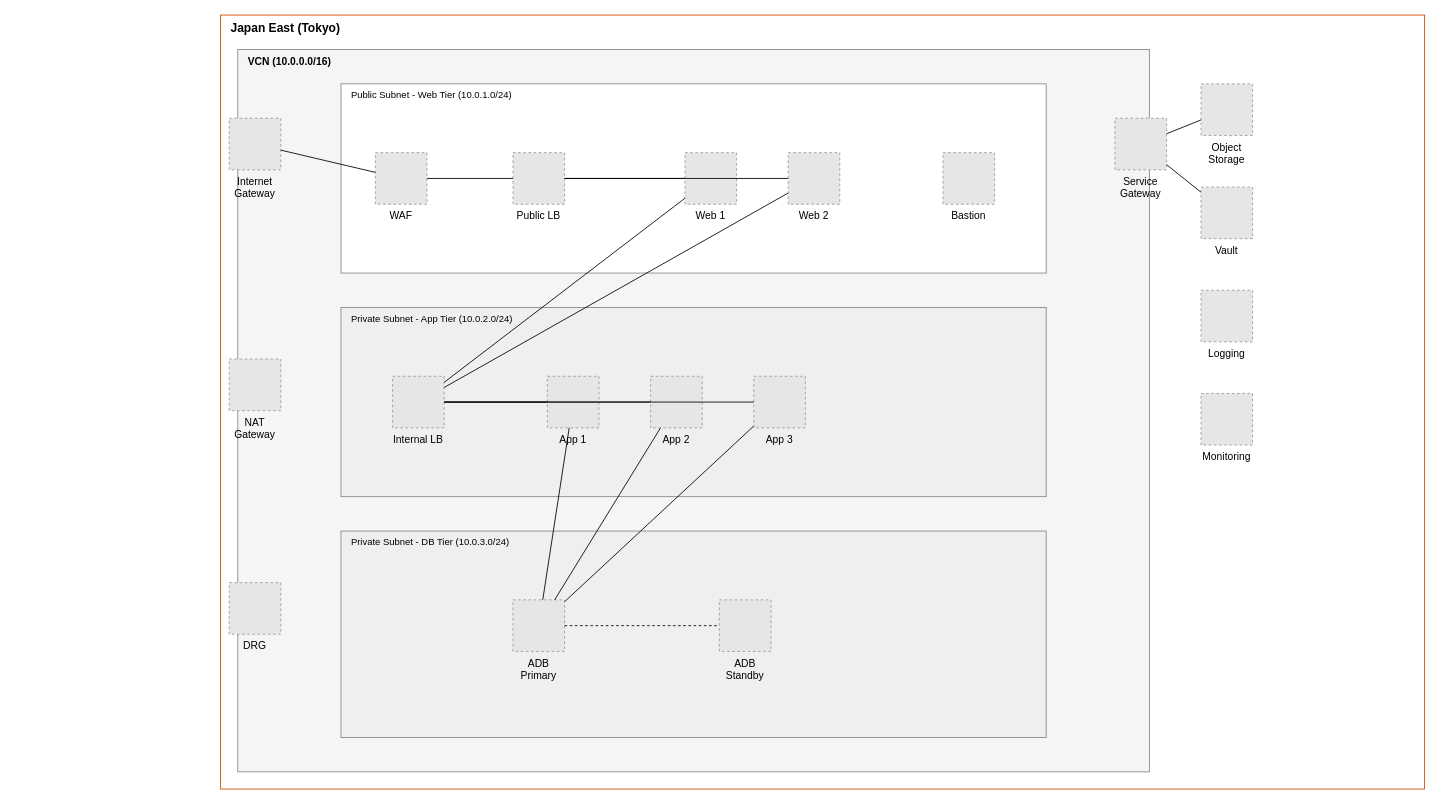
araidon/oci-skills keeps this draw.io diagram as skills/oci-drawio/examples/ha-architecture.drawio. Above is the earlier version. Source tidied: cells renumbered, new cells numbered last; positions are measured from the earlier drawing's top-left corner, leaving out a move shared by most shapes. Both pictures are drawn from the tidied source at 86%, with x=0, y=0 at pixel (220, 15). Pictures stored in the file or linked from it are replaced by grey dashed boxes.
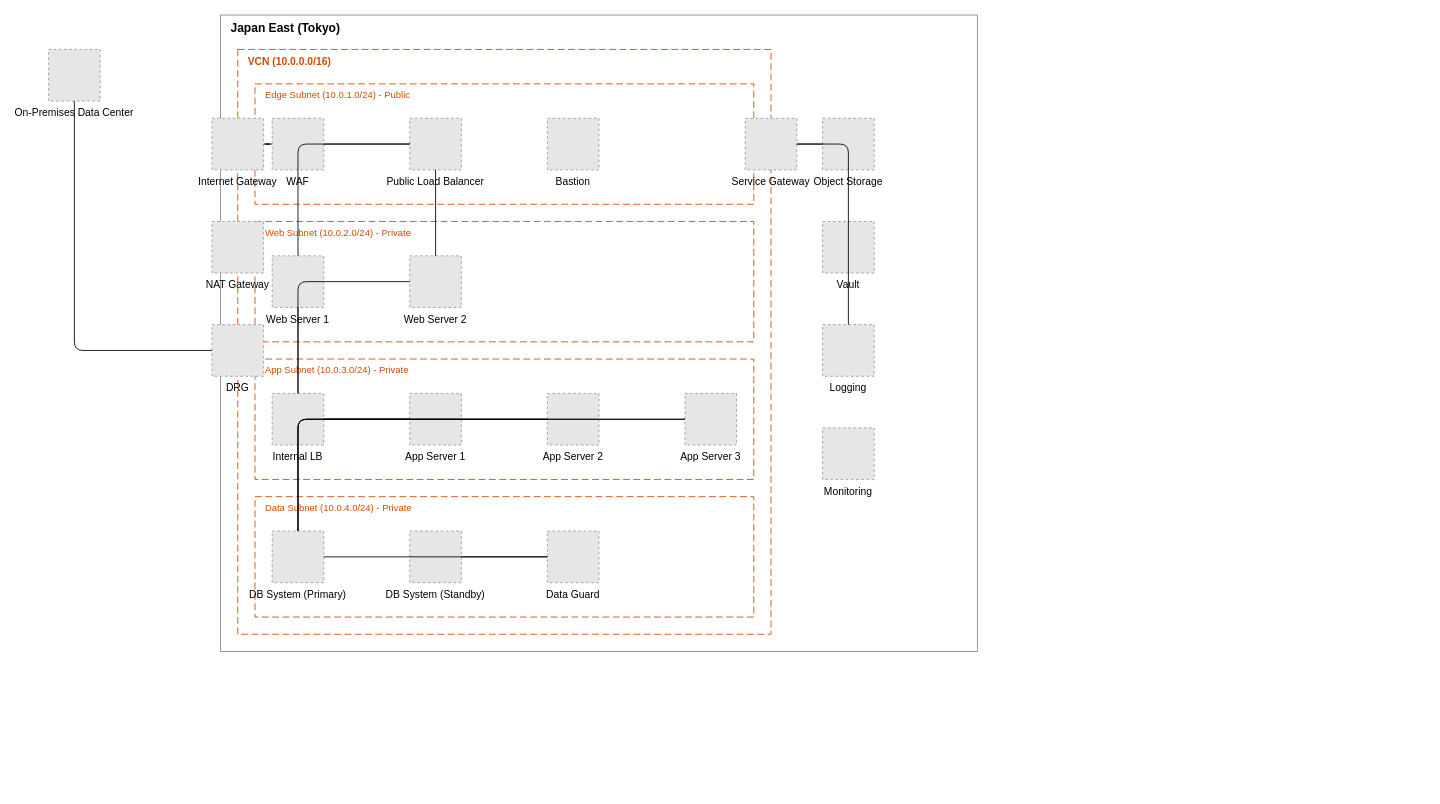
Above is the later version.

Change to the diagram source:
```diff
@@
-    <mxCell id="2" value="Japan East (Tokyo)" style="rounded=1;whiteSpace=wrap;html=1;arcSize=0;strokeColor=#D04A02;fillColor=#FFFFFF;dashed=0;verticalAlign=top;align=left;spacingLeft=10;fontStyle=1;fontSize=14;" parent="1" vertex="1">
-      <mxGeometry width="1400" height="900" as="geometry" />
+    <mxCell id="2" value="Japan East (Tokyo)" style="rounded=1;whiteSpace=wrap;html=1;arcSize=0;strokeColor=#878787;fillColor=#FFFFFF;dashed=0;verticalAlign=top;align=left;spacingLeft=10;fontStyle=1;fontSize=14;fontColor=#000000;" parent="1" vertex="1">
+      <mxGeometry width="880" height="740" as="geometry" />
     </mxCell>
-    <mxCell id="3" value="VCN (10.0.0.0/16)" style="rounded=1;whiteSpace=wrap;html=1;arcSize=0;strokeColor=#878787;fillColor=#F5F5F5;dashed=0;verticalAlign=top;align=left;spacingLeft=10;fontStyle=1;fontSize=12;" parent="2" vertex="1">
-      <mxGeometry x="20" y="40" width="1060" height="840" as="geometry" />
+    <mxCell id="3" value="VCN (10.0.0.0/16)" style="rounded=1;whiteSpace=wrap;html=1;arcSize=0;strokeColor=#D04A02;fillColor=none;dashed=1;dashPattern=8 4;verticalAlign=top;align=left;spacingLeft=10;fontStyle=1;fontSize=12;fontColor=#D04A02;" parent="2" vertex="1">
+      <mxGeometry x="20" y="40" width="620" height="680" as="geometry" />
     </mxCell>
-    <mxCell id="4" value="Public Subnet - Web Tier (10.0.1.0/24)" style="rounded=1;whiteSpace=wrap;html=1;arcSize=0;strokeColor=#878787;fillColor=#FFFFFF;dashed=0;verticalAlign=top;align=left;spacingLeft=10;fontSize=11;" parent="3" vertex="1">
-      <mxGeometry x="120" y="40" width="820" height="220" as="geometry" />
-    </mxCell>
-    <mxCell id="5" value="Private Subnet - App Tier (10.0.2.0/24)" style="rounded=1;whiteSpace=wrap;html=1;arcSize=0;strokeColor=#878787;fillColor=#EFEFEF;dashed=0;verticalAlign=top;align=left;spacingLeft=10;fontSize=11;" parent="3" vertex="1">
-      <mxGeometry x="120" y="300" width="820" height="220" as="geometry" />
-    </mxCell>
-    <mxCell id="6" value="Private Subnet - DB Tier (10.0.3.0/24)" style="rounded=1;whiteSpace=wrap;html=1;arcSize=0;strokeColor=#878787;fillColor=#EFEFEF;dashed=0;verticalAlign=top;align=left;spacingLeft=10;fontSize=11;" parent="3" vertex="1">
-      <mxGeometry x="120" y="560" width="820" height="240" as="geometry" />
-    </mxCell>
+    <mxCell id="41" value="Edge Subnet (10.0.1.0/24) - Public" style="rounded=1;whiteSpace=wrap;html=1;arcSize=0;strokeColor=#D04A02;fillColor=none;dashed=1;dashPattern=8 4;verticalAlign=top;align=left;spacingLeft=10;fontSize=11;fontColor=#D04A02;" parent="3" vertex="1">
+      <mxGeometry x="20" y="40" width="580" height="140" as="geometry" />
+    </mxCell>
+    <mxCell id="11" value="WAF" style="fillColor=#E6E6E6;strokeColor=#999999;dashed=1;verticalLabelPosition=bottom;labelBackgroundColor=none;labelPosition=center;verticalAlign=top;" parent="41" vertex="1">
+      <mxGeometry x="20" y="40" width="60" height="60" as="geometry" />
+    </mxCell>
+    <mxCell id="42" value="Public Load Balancer" style="fillColor=#E6E6E6;strokeColor=#999999;dashed=1;verticalLabelPosition=bottom;labelBackgroundColor=none;labelPosition=center;verticalAlign=top;" parent="41" vertex="1">
+      <mxGeometry x="180" y="40" width="60" height="60" as="geometry" />
+    </mxCell>
+    <mxCell id="15" value="Bastion" style="fillColor=#E6E6E6;strokeColor=#999999;dashed=1;verticalLabelPosition=bottom;labelBackgroundColor=none;labelPosition=center;verticalAlign=top;" parent="41" vertex="1">
+      <mxGeometry x="340" y="40" width="60" height="60" as="geometry" />
+    </mxCell>
+    <mxCell id="43" value="Web Subnet (10.0.2.0/24) - Private" style="rounded=1;whiteSpace=wrap;html=1;arcSize=0;strokeColor=#D04A02;fillColor=none;dashed=1;dashPattern=8 4;verticalAlign=top;align=left;spacingLeft=10;fontSize=11;fontColor=#D04A02;" parent="3" vertex="1">
+      <mxGeometry x="20" y="200" width="580" height="140" as="geometry" />
+    </mxCell>
+    <mxCell id="13" value="Web Server 1" style="fillColor=#E6E6E6;strokeColor=#999999;dashed=1;verticalLabelPosition=bottom;labelBackgroundColor=none;labelPosition=center;verticalAlign=top;" parent="43" vertex="1">
+      <mxGeometry x="20" y="40" width="60" height="60" as="geometry" />
+    </mxCell>
+    <mxCell id="14" value="Web Server 2" style="fillColor=#E6E6E6;strokeColor=#999999;dashed=1;verticalLabelPosition=bottom;labelBackgroundColor=none;labelPosition=center;verticalAlign=top;" parent="43" vertex="1">
+      <mxGeometry x="180" y="40" width="60" height="60" as="geometry" />
+    </mxCell>
+    <mxCell id="44" value="App Subnet (10.0.3.0/24) - Private" style="rounded=1;whiteSpace=wrap;html=1;arcSize=0;strokeColor=#D04A02;fillColor=none;dashed=1;dashPattern=8 4;verticalAlign=top;align=left;spacingLeft=10;fontSize=11;fontColor=#D04A02;" parent="3" vertex="1">
+      <mxGeometry x="20" y="360" width="580" height="140" as="geometry" />
+    </mxCell>
+    <mxCell id="16" value="Internal LB" style="fillColor=#E6E6E6;strokeColor=#999999;dashed=1;verticalLabelPosition=bottom;labelBackgroundColor=none;labelPosition=center;verticalAlign=top;" parent="44" vertex="1">
+      <mxGeometry x="20" y="40" width="60" height="60" as="geometry" />
+    </mxCell>
+    <mxCell id="17" value="App Server 1" style="fillColor=#E6E6E6;strokeColor=#999999;dashed=1;verticalLabelPosition=bottom;labelBackgroundColor=none;labelPosition=center;verticalAlign=top;" parent="44" vertex="1">
+      <mxGeometry x="180" y="40" width="60" height="60" as="geometry" />
+    </mxCell>
+    <mxCell id="18" value="App Server 2" style="fillColor=#E6E6E6;strokeColor=#999999;dashed=1;verticalLabelPosition=bottom;labelBackgroundColor=none;labelPosition=center;verticalAlign=top;" parent="44" vertex="1">
+      <mxGeometry x="340" y="40" width="60" height="60" as="geometry" />
+    </mxCell>
+    <mxCell id="19" value="App Server 3" style="fillColor=#E6E6E6;strokeColor=#999999;dashed=1;verticalLabelPosition=bottom;labelBackgroundColor=none;labelPosition=center;verticalAlign=top;" parent="44" vertex="1">
+      <mxGeometry x="500" y="40" width="60" height="60" as="geometry" />
+    </mxCell>
+    <mxCell id="45" value="Data Subnet (10.0.4.0/24) - Private" style="rounded=1;whiteSpace=wrap;html=1;arcSize=0;strokeColor=#D04A02;fillColor=none;dashed=1;dashPattern=8 4;verticalAlign=top;align=left;spacingLeft=10;fontSize=11;fontColor=#D04A02;" parent="3" vertex="1">
+      <mxGeometry x="20" y="520" width="580" height="140" as="geometry" />
+    </mxCell>
+    <mxCell id="46" value="DB System (Primary)" style="fillColor=#E6E6E6;strokeColor=#999999;dashed=1;verticalLabelPosition=bottom;labelBackgroundColor=none;labelPosition=center;verticalAlign=top;" parent="45" vertex="1">
+      <mxGeometry x="20" y="40" width="60" height="60" as="geometry" />
+    </mxCell>
+    <mxCell id="47" value="DB System (Standby)" style="fillColor=#E6E6E6;strokeColor=#999999;dashed=1;verticalLabelPosition=bottom;labelBackgroundColor=none;labelPosition=center;verticalAlign=top;" parent="45" vertex="1">
+      <mxGeometry x="180" y="40" width="60" height="60" as="geometry" />
+    </mxCell>
+    <mxCell id="48" value="Data Guard" style="fillColor=#E6E6E6;strokeColor=#999999;dashed=1;verticalLabelPosition=bottom;labelBackgroundColor=none;labelPosition=center;verticalAlign=top;" parent="45" vertex="1">
+      <mxGeometry x="340" y="40" width="60" height="60" as="geometry" />
+    </mxCell>
-    <mxCell id="7" value="Internet&#10;Gateway" style="fillColor=#E6E6E6;strokeColor=#999999;dashed=1;verticalLabelPosition=bottom;labelBackgroundColor=none;labelPosition=center;verticalAlign=top;" parent="3" vertex="1">
-      <mxGeometry x="-10" y="80" width="60" height="60" as="geometry" />
+    <mxCell id="7" value="Internet Gateway" style="fillColor=#E6E6E6;strokeColor=#999999;dashed=1;verticalLabelPosition=bottom;labelBackgroundColor=none;labelPosition=center;verticalAlign=top;" parent="3" vertex="1">
+      <mxGeometry x="-30" y="80" width="60" height="60" as="geometry" />
     </mxCell>
-    <mxCell id="8" value="NAT&#10;Gateway" style="fillColor=#E6E6E6;strokeColor=#999999;dashed=1;verticalLabelPosition=bottom;labelBackgroundColor=none;labelPosition=center;verticalAlign=top;" parent="3" vertex="1">
-      <mxGeometry x="-10" y="360" width="60" height="60" as="geometry" />
+    <mxCell id="8" value="NAT Gateway" style="fillColor=#E6E6E6;strokeColor=#999999;dashed=1;verticalLabelPosition=bottom;labelBackgroundColor=none;labelPosition=center;verticalAlign=top;" parent="3" vertex="1">
+      <mxGeometry x="-30" y="200" width="60" height="60" as="geometry" />
     </mxCell>
     <mxCell id="9" value="DRG" style="fillColor=#E6E6E6;strokeColor=#999999;dashed=1;verticalLabelPosition=bottom;labelBackgroundColor=none;labelPosition=center;verticalAlign=top;" parent="3" vertex="1">
-      <mxGeometry x="-10" y="620" width="60" height="60" as="geometry" />
+      <mxGeometry x="-30" y="320" width="60" height="60" as="geometry" />
     </mxCell>
-    <mxCell id="10" value="Service&#10;Gateway" style="fillColor=#E6E6E6;strokeColor=#999999;dashed=1;verticalLabelPosition=bottom;labelBackgroundColor=none;labelPosition=center;verticalAlign=top;" parent="3" vertex="1">
-      <mxGeometry x="1020" y="80" width="60" height="60" as="geometry" />
+    <mxCell id="10" value="Service Gateway" style="fillColor=#E6E6E6;strokeColor=#999999;dashed=1;verticalLabelPosition=bottom;labelBackgroundColor=none;labelPosition=center;verticalAlign=top;" parent="3" vertex="1">
+      <mxGeometry x="590" y="80" width="60" height="60" as="geometry" />
     </mxCell>
-    <mxCell id="11" value="WAF" style="fillColor=#E6E6E6;strokeColor=#999999;dashed=1;verticalLabelPosition=bottom;labelBackgroundColor=none;labelPosition=center;verticalAlign=top;" parent="4" vertex="1">
-      <mxGeometry x="40" y="80" width="60" height="60" as="geometry" />
-    </mxCell>
-    <mxCell id="12" value="Public LB" style="fillColor=#E6E6E6;strokeColor=#999999;dashed=1;verticalLabelPosition=bottom;labelBackgroundColor=none;labelPosition=center;verticalAlign=top;" parent="4" vertex="1">
-      <mxGeometry x="200" y="80" width="60" height="60" as="geometry" />
-    </mxCell>
-    <mxCell id="13" value="Web 1" style="fillColor=#E6E6E6;strokeColor=#999999;dashed=1;verticalLabelPosition=bottom;labelBackgroundColor=none;labelPosition=center;verticalAlign=top;" parent="4" vertex="1">
-      <mxGeometry x="400" y="80" width="60" height="60" as="geometry" />
-    </mxCell>
-    <mxCell id="14" value="Web 2" style="fillColor=#E6E6E6;strokeColor=#999999;dashed=1;verticalLabelPosition=bottom;labelBackgroundColor=none;labelPosition=center;verticalAlign=top;" parent="4" vertex="1">
-      <mxGeometry x="520" y="80" width="60" height="60" as="geometry" />
-    </mxCell>
-    <mxCell id="15" value="Bastion" style="fillColor=#E6E6E6;strokeColor=#999999;dashed=1;verticalLabelPosition=bottom;labelBackgroundColor=none;labelPosition=center;verticalAlign=top;" parent="4" vertex="1">
-      <mxGeometry x="700" y="80" width="60" height="60" as="geometry" />
-    </mxCell>
-    <mxCell id="16" value="Internal LB" style="fillColor=#E6E6E6;strokeColor=#999999;dashed=1;verticalLabelPosition=bottom;labelBackgroundColor=none;labelPosition=center;verticalAlign=top;" parent="5" vertex="1">
-      <mxGeometry x="60" y="80" width="60" height="60" as="geometry" />
-    </mxCell>
-    <mxCell id="17" value="App 1" style="fillColor=#E6E6E6;strokeColor=#999999;dashed=1;verticalLabelPosition=bottom;labelBackgroundColor=none;labelPosition=center;verticalAlign=top;" parent="5" vertex="1">
-      <mxGeometry x="240" y="80" width="60" height="60" as="geometry" />
-    </mxCell>
-    <mxCell id="18" value="App 2" style="fillColor=#E6E6E6;strokeColor=#999999;dashed=1;verticalLabelPosition=bottom;labelBackgroundColor=none;labelPosition=center;verticalAlign=top;" parent="5" vertex="1">
-      <mxGeometry x="360" y="80" width="60" height="60" as="geometry" />
-    </mxCell>
-    <mxCell id="19" value="App 3" style="fillColor=#E6E6E6;strokeColor=#999999;dashed=1;verticalLabelPosition=bottom;labelBackgroundColor=none;labelPosition=center;verticalAlign=top;" parent="5" vertex="1">
-      <mxGeometry x="480" y="80" width="60" height="60" as="geometry" />
-    </mxCell>
-    <mxCell id="20" value="ADB&#10;Primary" style="fillColor=#E6E6E6;strokeColor=#999999;dashed=1;verticalLabelPosition=bottom;labelBackgroundColor=none;labelPosition=center;verticalAlign=top;" parent="6" vertex="1">
-      <mxGeometry x="200" y="80" width="60" height="60" as="geometry" />
-    </mxCell>
-    <mxCell id="21" value="ADB&#10;Standby" style="fillColor=#E6E6E6;strokeColor=#999999;dashed=1;verticalLabelPosition=bottom;labelBackgroundColor=none;labelPosition=center;verticalAlign=top;" parent="6" vertex="1">
-      <mxGeometry x="440" y="80" width="60" height="60" as="geometry" />
-    </mxCell>
-    <mxCell id="22" value="Object&#10;Storage" style="fillColor=#E6E6E6;strokeColor=#999999;dashed=1;verticalLabelPosition=bottom;labelBackgroundColor=none;labelPosition=center;verticalAlign=top;" parent="2" vertex="1">
-      <mxGeometry x="1140" y="80" width="60" height="60" as="geometry" />
+    <mxCell id="22" value="Object Storage" style="fillColor=#E6E6E6;strokeColor=#999999;dashed=1;verticalLabelPosition=bottom;labelBackgroundColor=none;labelPosition=center;verticalAlign=top;" parent="2" vertex="1">
+      <mxGeometry x="700" y="120" width="60" height="60" as="geometry" />
     </mxCell>
     <mxCell id="23" value="Vault" style="fillColor=#E6E6E6;strokeColor=#999999;dashed=1;verticalLabelPosition=bottom;labelBackgroundColor=none;labelPosition=center;verticalAlign=top;" parent="2" vertex="1">
-      <mxGeometry x="1140" y="200" width="60" height="60" as="geometry" />
+      <mxGeometry x="700" y="240" width="60" height="60" as="geometry" />
     </mxCell>
     <mxCell id="24" value="Logging" style="fillColor=#E6E6E6;strokeColor=#999999;dashed=1;verticalLabelPosition=bottom;labelBackgroundColor=none;labelPosition=center;verticalAlign=top;" parent="2" vertex="1">
-      <mxGeometry x="1140" y="320" width="60" height="60" as="geometry" />
+      <mxGeometry x="700" y="360" width="60" height="60" as="geometry" />
     </mxCell>
     <mxCell id="25" value="Monitoring" style="fillColor=#E6E6E6;strokeColor=#999999;dashed=1;verticalLabelPosition=bottom;labelBackgroundColor=none;labelPosition=center;verticalAlign=top;" parent="2" vertex="1">
-      <mxGeometry x="1140" y="440" width="60" height="60" as="geometry" />
+      <mxGeometry x="700" y="480" width="60" height="60" as="geometry" />
     </mxCell>
+    <mxCell id="49" value="On-Premises Data Center" style="fillColor=#E6E6E6;strokeColor=#999999;dashed=1;verticalLabelPosition=bottom;labelBackgroundColor=none;labelPosition=center;verticalAlign=top;" parent="1" vertex="1">
+      <mxGeometry x="-200" y="40" width="60" height="60" as="geometry" />
+    </mxCell>
-    <mxCell id="26" style="endArrow=none;startArrow=none;" parent="1" edge="1" source="7" target="11">
+    <mxCell id="26" style="endArrow=none;startArrow=none;strokeColor=#000000;strokeWidth=1;edgeStyle=orthogonalEdgeStyle;" parent="1" edge="1" source="7" target="11">
       <mxGeometry relative="1" as="geometry" />
     </mxCell>
-    <mxCell id="27" style="endArrow=none;startArrow=none;" parent="1" edge="1" source="11" target="12">
-      <mxGeometry relative="1" as="geometry" />
-    </mxCell>
-    <mxCell id="28" style="endArrow=none;startArrow=none;" parent="1" edge="1" source="12" target="13">
-      <mxGeometry relative="1" as="geometry" />
-    </mxCell>
-    <mxCell id="29" style="endArrow=none;startArrow=none;" parent="1" edge="1" source="12" target="14">
-      <mxGeometry relative="1" as="geometry" />
-    </mxCell>
+    <mxCell id="50" style="endArrow=none;startArrow=none;strokeColor=#000000;strokeWidth=1;edgeStyle=orthogonalEdgeStyle;" parent="1" edge="1" source="11" target="42">
+      <mxGeometry relative="1" as="geometry" />
+    </mxCell>
+    <mxCell id="51" style="endArrow=none;startArrow=none;strokeColor=#000000;strokeWidth=1;edgeStyle=orthogonalEdgeStyle;" parent="1" edge="1" source="42" target="13">
+      <mxGeometry relative="1" as="geometry" />
+    </mxCell>
+    <mxCell id="52" style="endArrow=none;startArrow=none;strokeColor=#000000;strokeWidth=1;edgeStyle=orthogonalEdgeStyle;" parent="1" edge="1" source="42" target="14">
+      <mxGeometry relative="1" as="geometry" />
+    </mxCell>
-    <mxCell id="30" style="endArrow=none;startArrow=none;" parent="1" edge="1" source="13" target="16">
+    <mxCell id="30" style="endArrow=none;startArrow=none;strokeColor=#000000;strokeWidth=1;edgeStyle=orthogonalEdgeStyle;" parent="1" edge="1" source="13" target="16">
       <mxGeometry relative="1" as="geometry" />
     </mxCell>
-    <mxCell id="31" style="endArrow=none;startArrow=none;" parent="1" edge="1" source="14" target="16">
+    <mxCell id="31" style="endArrow=none;startArrow=none;strokeColor=#000000;strokeWidth=1;edgeStyle=orthogonalEdgeStyle;" parent="1" edge="1" source="14" target="16">
       <mxGeometry relative="1" as="geometry" />
     </mxCell>
-    <mxCell id="32" style="endArrow=none;startArrow=none;" parent="1" edge="1" source="16" target="17">
+    <mxCell id="32" style="endArrow=none;startArrow=none;strokeColor=#000000;strokeWidth=1;edgeStyle=orthogonalEdgeStyle;" parent="1" edge="1" source="16" target="17">
       <mxGeometry relative="1" as="geometry" />
     </mxCell>
-    <mxCell id="33" style="endArrow=none;startArrow=none;" parent="1" edge="1" source="16" target="18">
+    <mxCell id="33" style="endArrow=none;startArrow=none;strokeColor=#000000;strokeWidth=1;edgeStyle=orthogonalEdgeStyle;" parent="1" edge="1" source="16" target="18">
       <mxGeometry relative="1" as="geometry" />
     </mxCell>
-    <mxCell id="34" style="endArrow=none;startArrow=none;" parent="1" edge="1" source="16" target="19">
+    <mxCell id="34" style="endArrow=none;startArrow=none;strokeColor=#000000;strokeWidth=1;edgeStyle=orthogonalEdgeStyle;" parent="1" edge="1" source="16" target="19">
       <mxGeometry relative="1" as="geometry" />
     </mxCell>
-    <mxCell id="35" style="endArrow=none;startArrow=none;" parent="1" edge="1" source="17" target="20">
-      <mxGeometry relative="1" as="geometry" />
-    </mxCell>
-    <mxCell id="36" style="endArrow=none;startArrow=none;" parent="1" edge="1" source="18" target="20">
-      <mxGeometry relative="1" as="geometry" />
-    </mxCell>
-    <mxCell id="37" style="endArrow=none;startArrow=none;" parent="1" edge="1" source="19" target="20">
-      <mxGeometry relative="1" as="geometry" />
-    </mxCell>
-    <mxCell id="38" style="endArrow=none;startArrow=none;dashed=1;" parent="1" edge="1" source="20" target="21">
-      <mxGeometry relative="1" as="geometry" />
-    </mxCell>
+    <mxCell id="53" style="endArrow=none;startArrow=none;strokeColor=#000000;strokeWidth=1;edgeStyle=orthogonalEdgeStyle;" parent="1" edge="1" source="17" target="46">
+      <mxGeometry relative="1" as="geometry" />
+    </mxCell>
+    <mxCell id="54" style="endArrow=none;startArrow=none;strokeColor=#000000;strokeWidth=1;edgeStyle=orthogonalEdgeStyle;" parent="1" edge="1" source="18" target="46">
+      <mxGeometry relative="1" as="geometry" />
+    </mxCell>
+    <mxCell id="55" style="endArrow=none;startArrow=none;strokeColor=#000000;strokeWidth=1;edgeStyle=orthogonalEdgeStyle;" parent="1" edge="1" source="19" target="46">
+      <mxGeometry relative="1" as="geometry" />
+    </mxCell>
+    <mxCell id="56" style="endArrow=none;startArrow=none;strokeColor=#000000;strokeWidth=1;edgeStyle=orthogonalEdgeStyle;" parent="1" edge="1" source="46" target="48">
+      <mxGeometry relative="1" as="geometry" />
+    </mxCell>
+    <mxCell id="57" style="endArrow=none;startArrow=none;strokeColor=#000000;strokeWidth=1;edgeStyle=orthogonalEdgeStyle;" parent="1" edge="1" source="48" target="47">
+      <mxGeometry relative="1" as="geometry" />
+    </mxCell>
+    <mxCell id="58" style="endArrow=none;startArrow=none;strokeColor=#000000;strokeWidth=1;edgeStyle=orthogonalEdgeStyle;" parent="1" edge="1" source="9" target="49">
+      <mxGeometry relative="1" as="geometry" />
+    </mxCell>
-    <mxCell id="39" style="endArrow=none;startArrow=none;" parent="1" edge="1" source="10" target="22">
+    <mxCell id="39" style="endArrow=none;startArrow=none;strokeColor=#000000;strokeWidth=1;edgeStyle=orthogonalEdgeStyle;" parent="1" edge="1" source="10" target="22">
       <mxGeometry relative="1" as="geometry" />
     </mxCell>
-    <mxCell id="40" style="endArrow=none;startArrow=none;" parent="1" edge="1" source="10" target="23">
-      <mxGeometry relative="1" as="geometry" />
-    </mxCell>
+    <mxCell id="59" style="endArrow=none;startArrow=none;strokeColor=#000000;strokeWidth=1;edgeStyle=orthogonalEdgeStyle;" parent="1" edge="1" source="10" target="24">
+      <mxGeometry relative="1" as="geometry" />
+    </mxCell>
```
